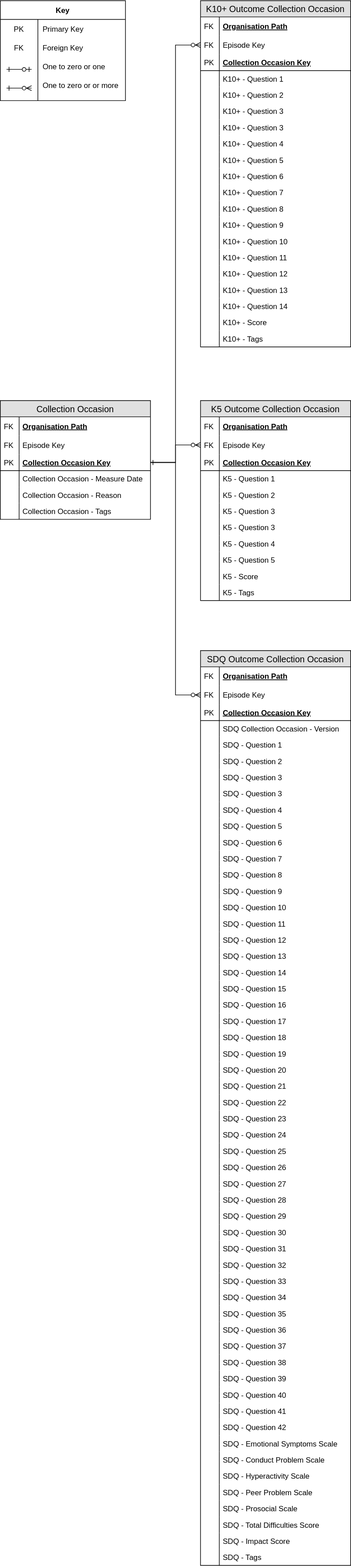
The draw.io diagram doc/figures/collection-occasion-data-model-v3.svg in strategicdata/pmhc-mds-spec, before a commit. Source tidied: cells renumbered, new cells last; positions are measured from the earlier drawing's top-left corner, leaving out a move shared by most shapes.
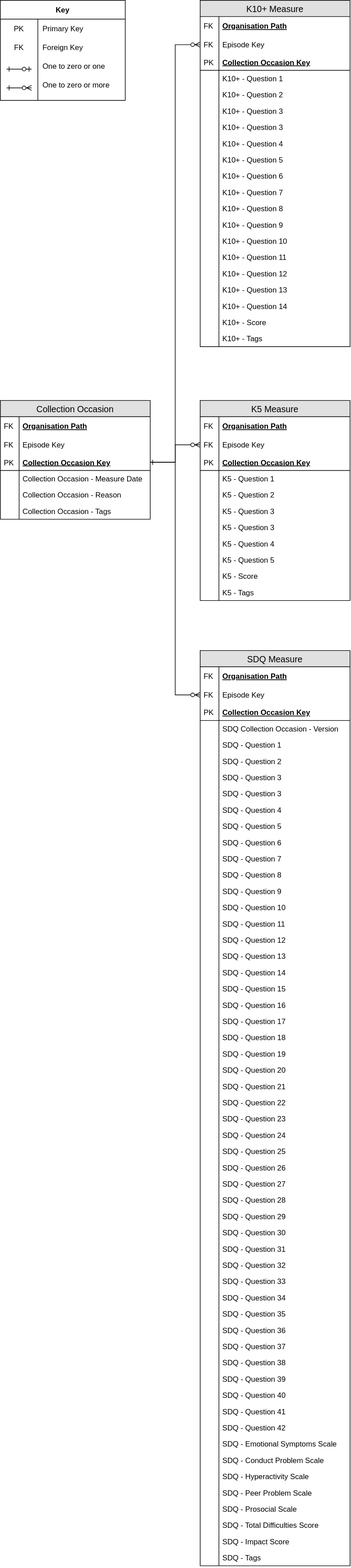
Later version of the same file.

The edit, as a diff of the source:
```diff
@@ -60,7 +60,7 @@
     <mxCell id="17" style="shape=partialRectangle;fillColor=none;top=0;left=0;bottom=0;right=0;overflow=hidden;" parent="16" vertex="1">
       <mxGeometry width="60" height="30" as="geometry" />
     </mxCell>
-    <mxCell id="18" value="One to zero or or more" style="shape=partialRectangle;fillColor=none;top=0;left=0;bottom=0;right=0;align=left;spacingLeft=6;overflow=hidden;" parent="16" vertex="1">
+    <mxCell id="18" value="One to zero or more" style="shape=partialRectangle;fillColor=none;top=0;left=0;bottom=0;right=0;align=left;spacingLeft=6;overflow=hidden;" parent="16" vertex="1">
       <mxGeometry x="60" width="140" height="30" as="geometry" />
     </mxCell>
     <mxCell id="19" style="endArrow=ERzeroToMany;html=1;endFill=1;startArrow=ERone;startFill=0;" parent="5" edge="1">
@@ -120,7 +120,7 @@
     <mxCell id="33" style="shape=partialRectangle;top=0;left=0;bottom=0;fillColor=none;align=left;verticalAlign=top;spacingLeft=4;spacingRight=4;overflow=hidden;fontSize=12;" parent="32" vertex="1">
       <mxGeometry width="30" height="26" as="geometry" />
     </mxCell>
-    <mxCell id="34" value="K5 Outcome Collection Occasion" style="swimlane;fontStyle=0;horizontal=1;startSize=26;fillColor=#E0E0E0;swimlaneFillColor=#ffffff;align=center;fontSize=14;strokeColor=#000000;" parent="1" vertex="1">
+    <mxCell id="34" value="K5 Measure" style="swimlane;fontStyle=0;horizontal=1;startSize=26;fillColor=#E0E0E0;swimlaneFillColor=#ffffff;align=center;fontSize=14;strokeColor=#000000;" parent="1" vertex="1">
       <mxGeometry x="320" y="640" width="240" height="320" as="geometry" />
     </mxCell>
     <mxCell id="35" value="Organisation Path" style="shape=partialRectangle;top=0;left=0;right=0;bottom=1;align=left;verticalAlign=middle;fillColor=none;spacingLeft=34;spacingRight=4;overflow=hidden;fontStyle=5;fontSize=12;strokeColor=none;" parent="34" vertex="1">
@@ -189,7 +189,7 @@
     <mxCell id="56" style="shape=partialRectangle;top=0;left=0;bottom=0;fillColor=none;align=left;verticalAlign=top;spacingLeft=4;spacingRight=4;overflow=hidden;fontSize=12;" parent="55" vertex="1">
       <mxGeometry width="30" height="26" as="geometry" />
     </mxCell>
-    <mxCell id="57" value="SDQ Outcome Collection Occasion" style="swimlane;fontStyle=0;horizontal=1;startSize=26;fillColor=#E0E0E0;swimlaneFillColor=#ffffff;align=center;fontSize=14;strokeColor=#000000;" parent="1" vertex="1">
+    <mxCell id="57" value="SDQ Measure" style="swimlane;fontStyle=0;horizontal=1;startSize=26;fillColor=#E0E0E0;swimlaneFillColor=#ffffff;align=center;fontSize=14;strokeColor=#000000;" parent="1" vertex="1">
       <mxGeometry x="320" y="1040" width="240" height="1464" as="geometry" />
     </mxCell>
     <mxCell id="58" value="Organisation Path" style="shape=partialRectangle;top=0;left=0;right=0;bottom=1;align=left;verticalAlign=middle;fillColor=none;spacingLeft=34;spacingRight=4;overflow=hidden;fontStyle=5;fontSize=12;strokeColor=none;" parent="57" vertex="1">
@@ -522,7 +522,7 @@
     <mxCell id="167" style="shape=partialRectangle;top=0;left=0;bottom=0;fillColor=none;align=left;verticalAlign=top;spacingLeft=4;spacingRight=4;overflow=hidden;fontSize=12;" parent="166" vertex="1">
       <mxGeometry width="30" height="26" as="geometry" />
     </mxCell>
-    <mxCell id="168" value="K10+ Outcome Collection Occasion" style="swimlane;fontStyle=0;horizontal=1;startSize=26;fillColor=#E0E0E0;swimlaneFillColor=#ffffff;align=center;fontSize=14;strokeColor=#000000;" parent="1" vertex="1">
+    <mxCell id="168" value="K10+ Measure" style="swimlane;fontStyle=0;horizontal=1;startSize=26;fillColor=#E0E0E0;swimlaneFillColor=#ffffff;align=center;fontSize=14;strokeColor=#000000;" parent="1" vertex="1">
       <mxGeometry x="320" width="240" height="554" as="geometry" />
     </mxCell>
     <mxCell id="169" value="Organisation Path" style="shape=partialRectangle;top=0;left=0;right=0;bottom=1;align=left;verticalAlign=middle;fillColor=none;spacingLeft=34;spacingRight=4;overflow=hidden;fontStyle=5;fontSize=12;strokeColor=none;" parent="168" vertex="1">
```
